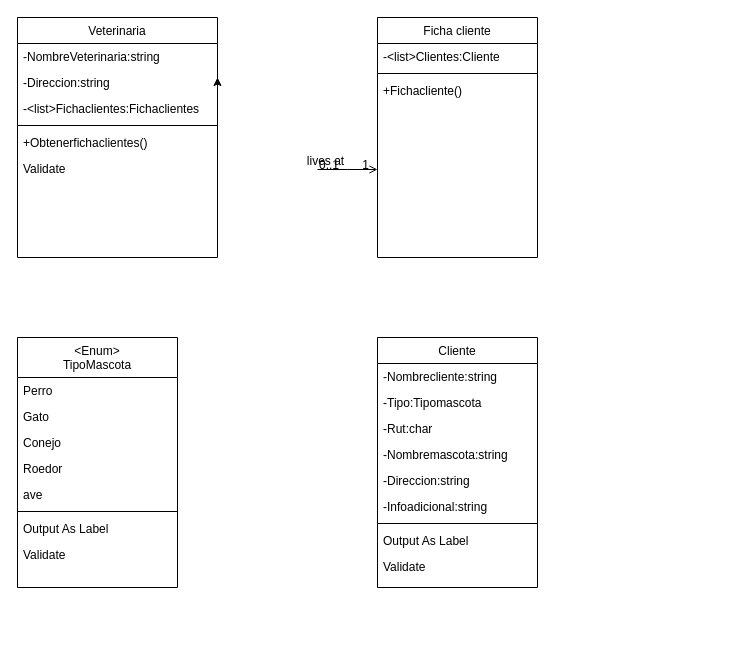
The draw.io diagram Untitled Diagram.drawio in JoseFredes/vetlover, before the edit. Source tidied: cells renumbered, new cells numbered last; positions are measured from the earlier drawing's top-left corner, leaving out a move shared by most shapes. Both pictures are drawn from the tidied source at 100%, with x=0, y=0 at pixel (17, 17).
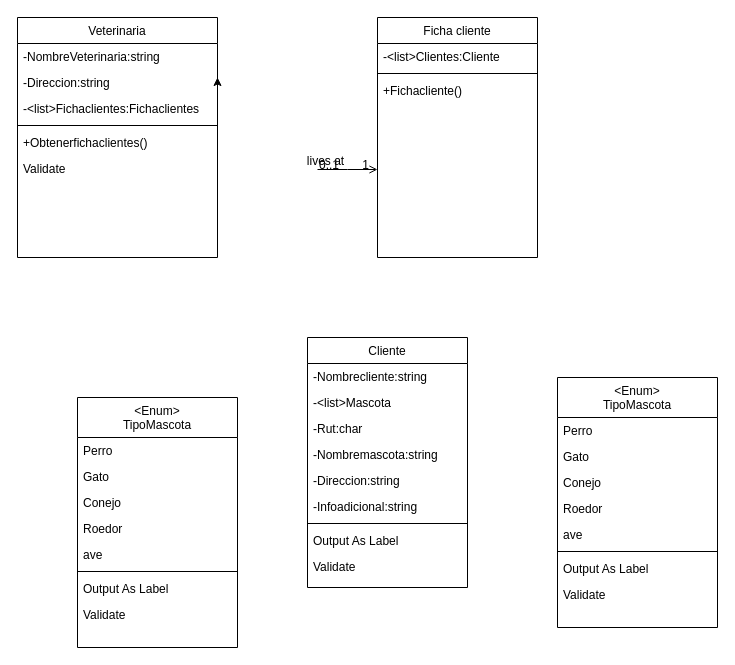
After the change.

Change to the diagram source:
```diff
@@
     <mxCell id="10" value="&lt;Enum&gt;&#10;TipoMascota" style="swimlane;fontStyle=0;align=center;verticalAlign=top;horizontal=1;startSize=40;rounded=0;shadow=0;strokeWidth=1;" parent="1" vertex="1">
-      <mxGeometry y="320" width="160" height="250" as="geometry" />
+      <mxGeometry x="540" y="360" width="160" height="250" as="geometry" />
     </mxCell>
@@
     <mxCell id="27" value="Cliente" style="swimlane;fontStyle=0;align=center;verticalAlign=top;horizontal=1;startSize=26;rounded=0;shadow=0;strokeWidth=1;" parent="1" vertex="1">
-      <mxGeometry x="360" y="320" width="160" height="250" as="geometry" />
+      <mxGeometry x="290" y="320" width="160" height="250" as="geometry" />
     </mxCell>
@@
-    <mxCell id="29" value="-Tipo:Tipomascota" style="text;align=left;verticalAlign=top;spacingLeft=4;spacingRight=4;overflow=hidden;" parent="27" vertex="1">
+    <mxCell id="29" value="-&lt;list&gt;Mascota" style="text;align=left;verticalAlign=top;spacingLeft=4;spacingRight=4;overflow=hidden;" parent="27" vertex="1">
       <mxGeometry y="52" width="160" height="26" as="geometry" />
     </mxCell>
@@
+    <mxCell id="37" value="&lt;Enum&gt;&#10;TipoMascota" style="swimlane;fontStyle=0;align=center;verticalAlign=top;horizontal=1;startSize=40;rounded=0;shadow=0;strokeWidth=1;" parent="1" vertex="1">
+      <mxGeometry x="60" y="380" width="160" height="250" as="geometry" />
+    </mxCell>
+    <mxCell id="38" value="Perro" style="text;align=left;verticalAlign=top;spacingLeft=4;spacingRight=4;overflow=hidden;" parent="37" vertex="1">
+      <mxGeometry y="40" width="160" height="26" as="geometry" />
+    </mxCell>
+    <mxCell id="39" value="Gato" style="text;align=left;verticalAlign=top;spacingLeft=4;spacingRight=4;overflow=hidden;" parent="37" vertex="1">
+      <mxGeometry y="66" width="160" height="26" as="geometry" />
+    </mxCell>
+    <mxCell id="40" value="Conejo" style="text;align=left;verticalAlign=top;spacingLeft=4;spacingRight=4;overflow=hidden;" parent="37" vertex="1">
+      <mxGeometry y="92" width="160" height="26" as="geometry" />
+    </mxCell>
+    <mxCell id="41" value="Roedor" style="text;align=left;verticalAlign=top;spacingLeft=4;spacingRight=4;overflow=hidden;" parent="37" vertex="1">
+      <mxGeometry y="118" width="160" height="26" as="geometry" />
+    </mxCell>
+    <mxCell id="42" value="ave" style="text;align=left;verticalAlign=top;spacingLeft=4;spacingRight=4;overflow=hidden;" parent="37" vertex="1">
+      <mxGeometry y="144" width="160" height="26" as="geometry" />
+    </mxCell>
+    <mxCell id="43" style="line;html=1;strokeWidth=1;align=left;verticalAlign=middle;spacingTop=-1;spacingLeft=3;spacingRight=3;labelPosition=right;" parent="37" vertex="1">
+      <mxGeometry y="170" width="160" height="8" as="geometry" />
+    </mxCell>
+    <mxCell id="44" value="Output As Label" style="text;align=left;verticalAlign=top;spacingLeft=4;spacingRight=4;overflow=hidden;" parent="37" vertex="1">
+      <mxGeometry y="178" width="160" height="26" as="geometry" />
+    </mxCell>
+    <mxCell id="45" value="Validate" style="text;align=left;verticalAlign=top;spacingLeft=4;spacingRight=4;overflow=hidden;" parent="37" vertex="1">
+      <mxGeometry y="204" width="160" height="26" as="geometry" />
+    </mxCell>
```
